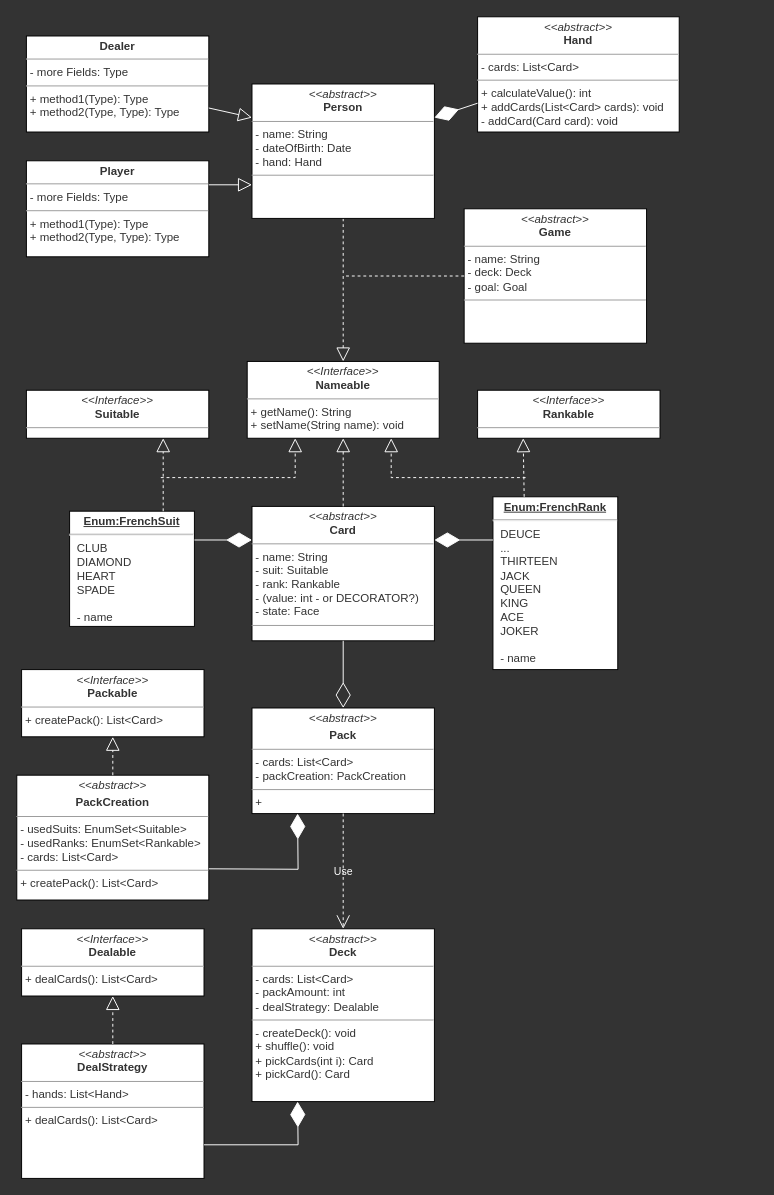
Earlier version of the draw.io diagram uml-models/abstraction.drawio (iham/cardgameapp). Source tidied: cells renumbered, new cells numbered last; positions are measured from the earlier drawing's top-left corner, leaving out a move shared by most shapes. Both pictures are drawn from the tidied source at 96%, with x=0, y=0 at pixel (16, 16).
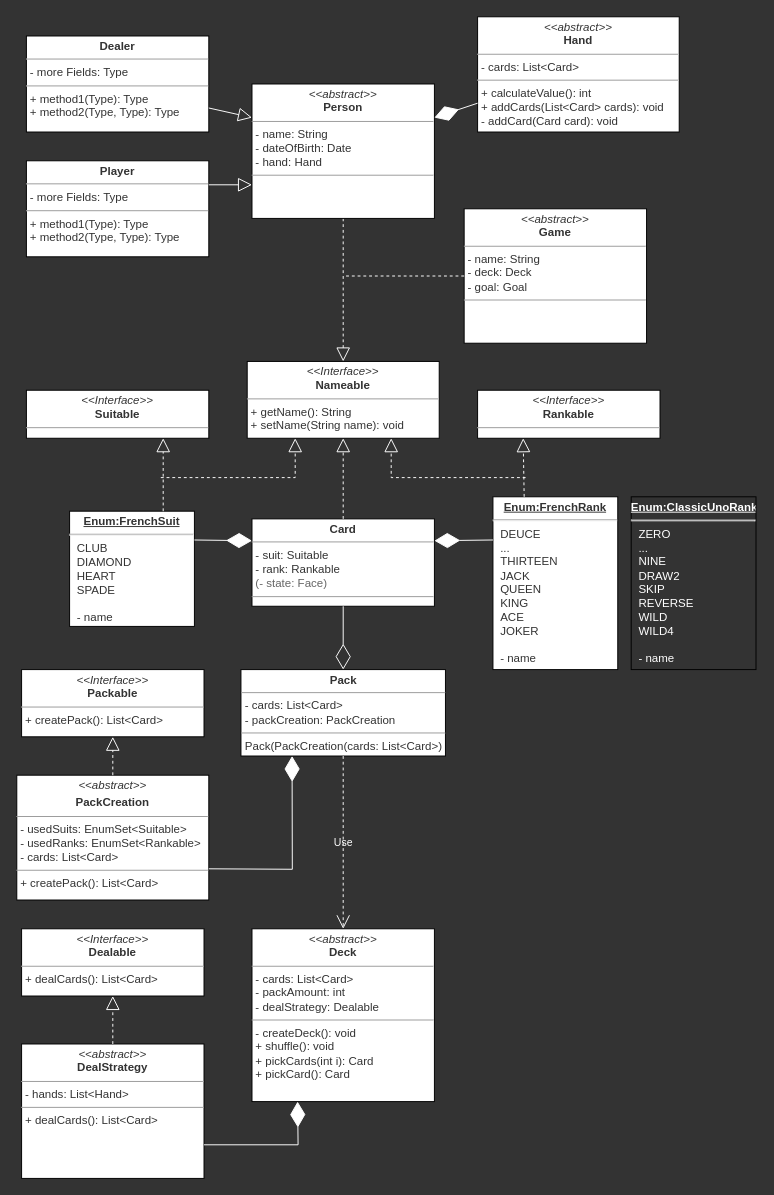
Above is the later version.

The change refers to these unchanged cells:
```xml
<mxCell id="27" value="&lt;p style=&quot;margin: 0px ; margin-top: 4px ; text-align: center&quot;&gt;&lt;i&gt;&amp;lt;&amp;lt;abstract&amp;gt;&amp;gt;&lt;/i&gt;&lt;b&gt;&lt;br&gt;&lt;/b&gt;&lt;/p&gt;&lt;p style=&quot;margin: 0px ; margin-top: 4px ; text-align: center&quot;&gt;&lt;b&gt;PackCreation&lt;/b&gt;&lt;/p&gt;&lt;hr size=&quot;1&quot;&gt;&lt;p style=&quot;margin: 0px ; margin-left: 4px&quot;&gt;- usedSuits: EnumSet&amp;lt;Suitable&amp;gt;&lt;br&gt;- usedRanks: EnumSet&amp;lt;Rankable&amp;gt;&lt;/p&gt;&lt;p style=&quot;margin: 0px ; margin-left: 4px&quot;&gt;- cards: List&amp;lt;Card&amp;gt;&lt;/p&gt;&lt;hr size=&quot;1&quot;&gt;&lt;p style=&quot;margin: 0px ; margin-left: 4px&quot;&gt;+ createPack(): List&amp;lt;Card&amp;gt;&lt;/p&gt;" style="verticalAlign=top;align=left;overflow=fill;fontSize=12;fontFamily=Helvetica;html=1;fontColor=#333333;fillColor=#FFFFFF;" parent="1" vertex="1">
  <mxGeometry y="790" width="200" height="130" as="geometry" />
</mxCell>
```

What changed in the source:
```diff
@@
-    <mxCell id="19" value="&lt;p style=&quot;margin: 0px ; margin-top: 4px ; text-align: center&quot;&gt;&lt;i&gt;&amp;lt;&amp;lt;abstract&amp;gt;&amp;gt;&lt;/i&gt;&lt;b&gt;&lt;br&gt;&lt;/b&gt;&lt;/p&gt;&lt;p style=&quot;margin: 0px ; margin-top: 4px ; text-align: center&quot;&gt;&lt;b&gt;Pack&lt;/b&gt;&lt;/p&gt;&lt;hr size=&quot;1&quot;&gt;&lt;p style=&quot;margin: 0px ; margin-left: 4px&quot;&gt;- cards: List&amp;lt;Card&amp;gt;&lt;/p&gt;&lt;p style=&quot;margin: 0px ; margin-left: 4px&quot;&gt;- packCreation: PackCreation&lt;/p&gt;&lt;hr size=&quot;1&quot;&gt;&lt;p style=&quot;margin: 0px ; margin-left: 4px&quot;&gt;+&amp;nbsp;&lt;/p&gt;" style="verticalAlign=top;align=left;overflow=fill;fontSize=12;fontFamily=Helvetica;html=1;fontColor=#333333;fillColor=#FFFFFF;" parent="1" vertex="1">
-      <mxGeometry x="245" y="720" width="190" height="110" as="geometry" />
+    <mxCell id="19" value="&lt;p style=&quot;margin: 0px ; margin-top: 4px ; text-align: center&quot;&gt;&lt;b&gt;Pack&lt;/b&gt;&lt;br&gt;&lt;/p&gt;&lt;hr size=&quot;1&quot;&gt;&lt;p style=&quot;margin: 0px ; margin-left: 4px&quot;&gt;- cards: List&amp;lt;Card&amp;gt;&lt;/p&gt;&lt;p style=&quot;margin: 0px ; margin-left: 4px&quot;&gt;- packCreation: PackCreation&lt;/p&gt;&lt;hr size=&quot;1&quot;&gt;&lt;p style=&quot;margin: 0px ; margin-left: 4px&quot;&gt;Pack(PackCreation(cards: List&amp;lt;Card&amp;gt;)&lt;/p&gt;" style="verticalAlign=top;align=left;overflow=fill;fontSize=12;fontFamily=Helvetica;html=1;fontColor=#333333;fillColor=#FFFFFF;" parent="1" vertex="1">
+      <mxGeometry x="233.5" y="680" width="213" height="90" as="geometry" />
     </mxCell>
-    <mxCell id="20" value="&lt;p style=&quot;margin: 0px ; margin-top: 4px ; text-align: center&quot;&gt;&lt;i&gt;&amp;lt;&amp;lt;abstract&amp;gt;&amp;gt;&lt;/i&gt;&lt;br&gt;&lt;b&gt;Card&lt;/b&gt;&lt;/p&gt;&lt;hr size=&quot;1&quot;&gt;&lt;p style=&quot;margin: 0px ; margin-left: 4px&quot;&gt;- name: String&lt;br&gt;- suit: Suitable&lt;/p&gt;&lt;p style=&quot;margin: 0px ; margin-left: 4px&quot;&gt;- rank: Rankable&lt;/p&gt;&lt;p style=&quot;margin: 0px ; margin-left: 4px&quot;&gt;- (value: int - or DECORATOR?)&lt;/p&gt;&lt;p style=&quot;margin: 0px ; margin-left: 4px&quot;&gt;- state: Face&lt;/p&gt;&lt;hr size=&quot;1&quot;&gt;&lt;p style=&quot;margin: 0px ; margin-left: 4px&quot;&gt;&lt;br&gt;&lt;/p&gt;" style="verticalAlign=top;align=left;overflow=fill;fontSize=12;fontFamily=Helvetica;html=1;fontColor=#333333;fillColor=#FFFFFF;" parent="1" vertex="1">
-      <mxGeometry x="245" y="510" width="190" height="140" as="geometry" />
+    <mxCell id="20" value="&lt;p style=&quot;margin: 0px ; margin-top: 4px ; text-align: center&quot;&gt;&lt;b&gt;Card&lt;/b&gt;&lt;/p&gt;&lt;hr size=&quot;1&quot;&gt;&lt;p style=&quot;margin: 0px ; margin-left: 4px&quot;&gt;- suit: Suitable&lt;/p&gt;&lt;p style=&quot;margin: 0px ; margin-left: 4px&quot;&gt;- rank: Rankable&lt;/p&gt;&lt;p style=&quot;margin: 0px ; margin-left: 4px&quot;&gt;&lt;span style=&quot;color: rgb(102 , 102 , 102)&quot;&gt;(- state: Face)&lt;/span&gt;&lt;br&gt;&lt;/p&gt;&lt;hr size=&quot;1&quot;&gt;&lt;p style=&quot;margin: 0px ; margin-left: 4px&quot;&gt;&lt;br&gt;&lt;/p&gt;" style="verticalAlign=top;align=left;overflow=fill;fontSize=12;fontFamily=Helvetica;html=1;fontColor=#333333;fillColor=#FFFFFF;" parent="1" vertex="1">
+      <mxGeometry x="245" y="523" width="190" height="91" as="geometry" />
     </mxCell>
@@
     <mxCell id="33" style="endArrow=diamondThin;endFill=1;endSize=24;html=1;fontColor=#333333;exitX=1;exitY=0.75;exitDx=0;exitDy=0;entryX=0.25;entryY=1;entryDx=0;entryDy=0;rounded=0;fillColor=#f5f5f5;strokeColor=#FFFFFF;" parent="1" edge="1" source="27" target="19">
       <mxGeometry relative="1" as="geometry">
         <Array as="points">
-          <mxPoint x="293" y="888" />
+          <mxPoint x="287" y="888" />
         </Array>
       </mxGeometry>
     </mxCell>
@@
+    <mxCell id="37" value="&lt;p style=&quot;margin: 0px ; margin-top: 4px ; text-align: center ; text-decoration: underline&quot;&gt;&lt;b&gt;Enum:ClassicUnoRank&lt;/b&gt;&lt;/p&gt;&lt;hr&gt;&lt;p style=&quot;margin: 0px ; margin-left: 8px&quot;&gt;ZERO&lt;/p&gt;&lt;p style=&quot;margin: 0px ; margin-left: 8px&quot;&gt;...&lt;/p&gt;&lt;p style=&quot;margin: 0px ; margin-left: 8px&quot;&gt;NINE&lt;/p&gt;&lt;p style=&quot;margin: 0px ; margin-left: 8px&quot;&gt;DRAW2&lt;/p&gt;&lt;p style=&quot;margin: 0px ; margin-left: 8px&quot;&gt;SKIP&lt;/p&gt;&lt;p style=&quot;margin: 0px ; margin-left: 8px&quot;&gt;REVERSE&lt;/p&gt;&lt;p style=&quot;margin: 0px ; margin-left: 8px&quot;&gt;WILD&lt;/p&gt;&lt;p style=&quot;margin: 0px ; margin-left: 8px&quot;&gt;WILD4&lt;/p&gt;&lt;p style=&quot;margin: 0px ; margin-left: 8px&quot;&gt;&lt;br&gt;&lt;/p&gt;&lt;p style=&quot;margin: 0px ; margin-left: 8px&quot;&gt;- name&lt;/p&gt;" style="verticalAlign=top;align=left;overflow=fill;fontSize=12;fontFamily=Helvetica;html=1;fontColor=#FFFFFF;fillColor=none;sketch=0;glass=0;" parent="1" vertex="1">
+      <mxGeometry x="640" y="500" width="130" height="180" as="geometry" />
+    </mxCell>
```
